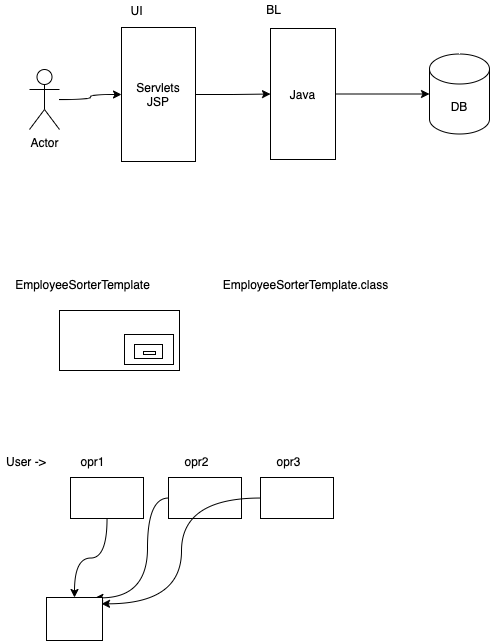
Before: images/day6.drawio.png, a diagram exported from draw.io (adithnaveen/sapient-freshers-aem-oct-2021). Source tidied: cells renumbered, new cells last; positions are measured from the earlier drawing's top-left corner, leaving out a move shared by most shapes.
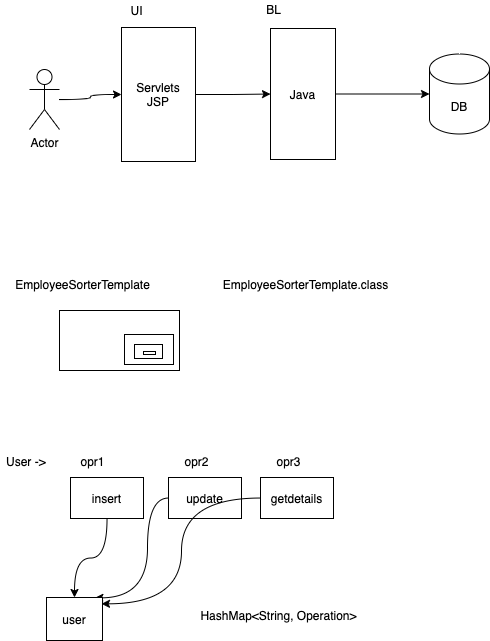
Later version of the same file.

Change to the diagram source:
```diff
@@ -50,7 +50,7 @@
     <mxCell id="17" style="edgeStyle=orthogonalEdgeStyle;curved=1;rounded=0;jettySize=auto;html=1;" parent="1" edge="1" source="18" target="27">
       <mxGeometry relative="1" as="geometry" />
     </mxCell>
-    <mxCell id="18" style="rounded=0;whiteSpace=wrap;html=1;" parent="1" vertex="1">
+    <mxCell id="18" value="insert" style="rounded=0;whiteSpace=wrap;html=1;" parent="1" vertex="1">
       <mxGeometry x="70" y="477" width="73" height="41" as="geometry" />
     </mxCell>
     <mxCell id="19" value="User -&amp;gt;&amp;nbsp;" style="text;html=1;align=center;verticalAlign=middle;strokeColor=none;" parent="1" vertex="1">
@@ -64,7 +64,7 @@
         </Array>
       </mxGeometry>
     </mxCell>
-    <mxCell id="21" style="rounded=0;whiteSpace=wrap;html=1;" parent="1" vertex="1">
+    <mxCell id="21" value="update" style="rounded=0;whiteSpace=wrap;html=1;" parent="1" vertex="1">
       <mxGeometry x="168" y="477" width="73" height="41" as="geometry" />
     </mxCell>
     <mxCell id="22" value="opr1" style="text;html=1;align=center;verticalAlign=middle;strokeColor=none;" parent="1" vertex="1">
@@ -76,14 +76,17 @@
     <mxCell id="24" style="edgeStyle=orthogonalEdgeStyle;curved=1;rounded=0;jettySize=auto;html=1;entryX=0.982;entryY=0.147;entryDx=0;entryDy=0;entryPerimeter=0;" parent="1" edge="1" source="25" target="27">
       <mxGeometry relative="1" as="geometry" />
     </mxCell>
-    <mxCell id="25" style="rounded=0;whiteSpace=wrap;html=1;" parent="1" vertex="1">
+    <mxCell id="25" value="getdetails" style="rounded=0;whiteSpace=wrap;html=1;" parent="1" vertex="1">
       <mxGeometry x="260" y="477" width="73" height="41" as="geometry" />
     </mxCell>
     <mxCell id="26" value="opr3" style="text;html=1;align=center;verticalAlign=middle;strokeColor=none;" parent="1" vertex="1">
       <mxGeometry x="271" y="452" width="34" height="18" as="geometry" />
     </mxCell>
-    <mxCell id="27" style="rounded=0;whiteSpace=wrap;html=1;" parent="1" vertex="1">
+    <mxCell id="27" value="user" style="rounded=0;whiteSpace=wrap;html=1;" parent="1" vertex="1">
       <mxGeometry x="46" y="597" width="56" height="43" as="geometry" />
     </mxCell>
+    <mxCell id="28" value="HashMap&amp;lt;String, Operation&amp;gt;" style="text;html=1;align=center;verticalAlign=middle;strokeColor=none;" parent="1" vertex="1">
+      <mxGeometry x="195" y="606" width="166" height="18" as="geometry" />
+    </mxCell>
   </root>
 </mxGraphModel>
```
